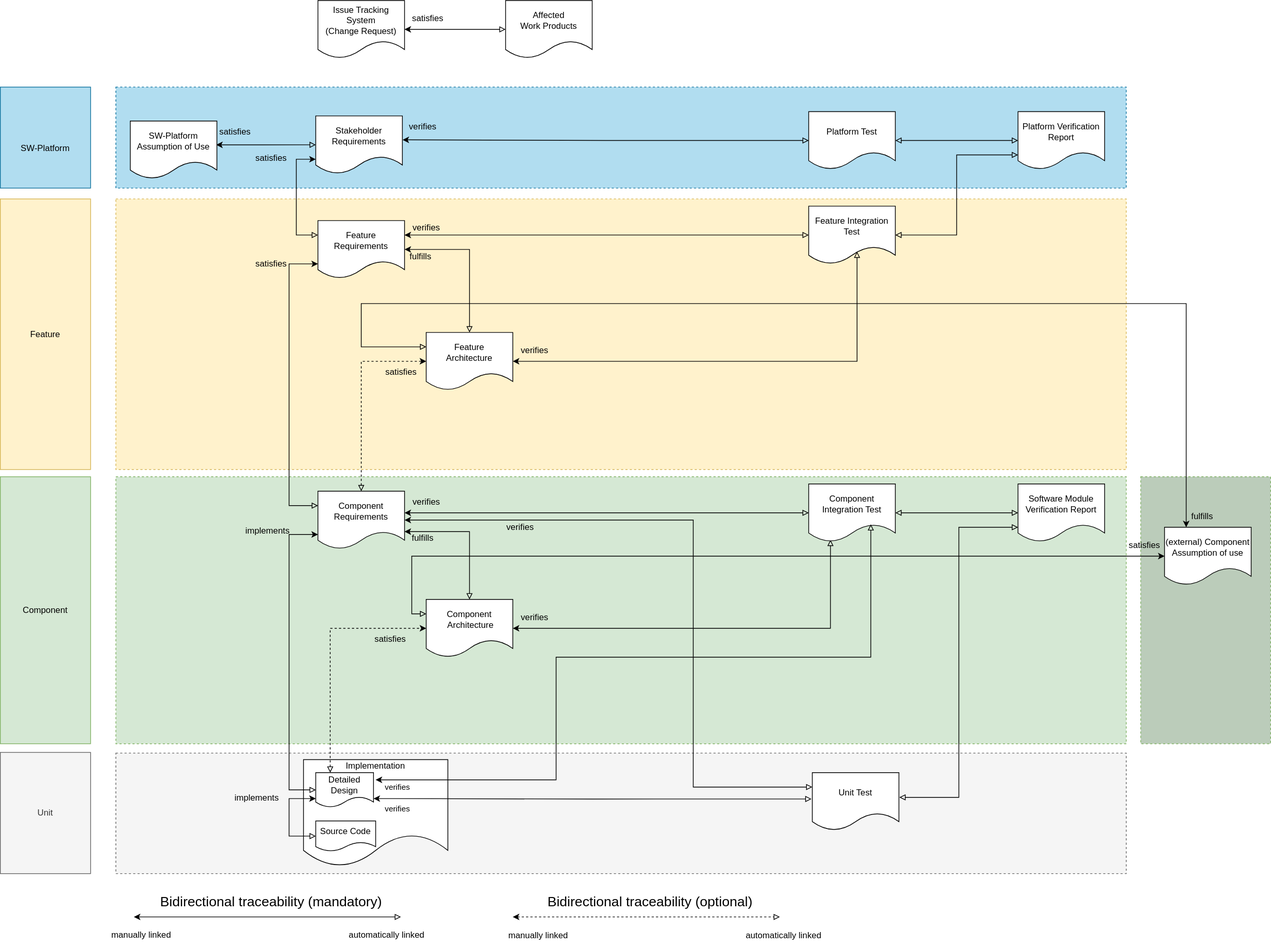
This is main/_images/score_traceability_model_wp_overview.drawio.svg from eclipse-score/process_description, a draw.io export, as it was before one commit. Source tidied: cells renumbered, new cells last; positions are measured from the earlier drawing's top-left corner, leaving out a move shared by most shapes.
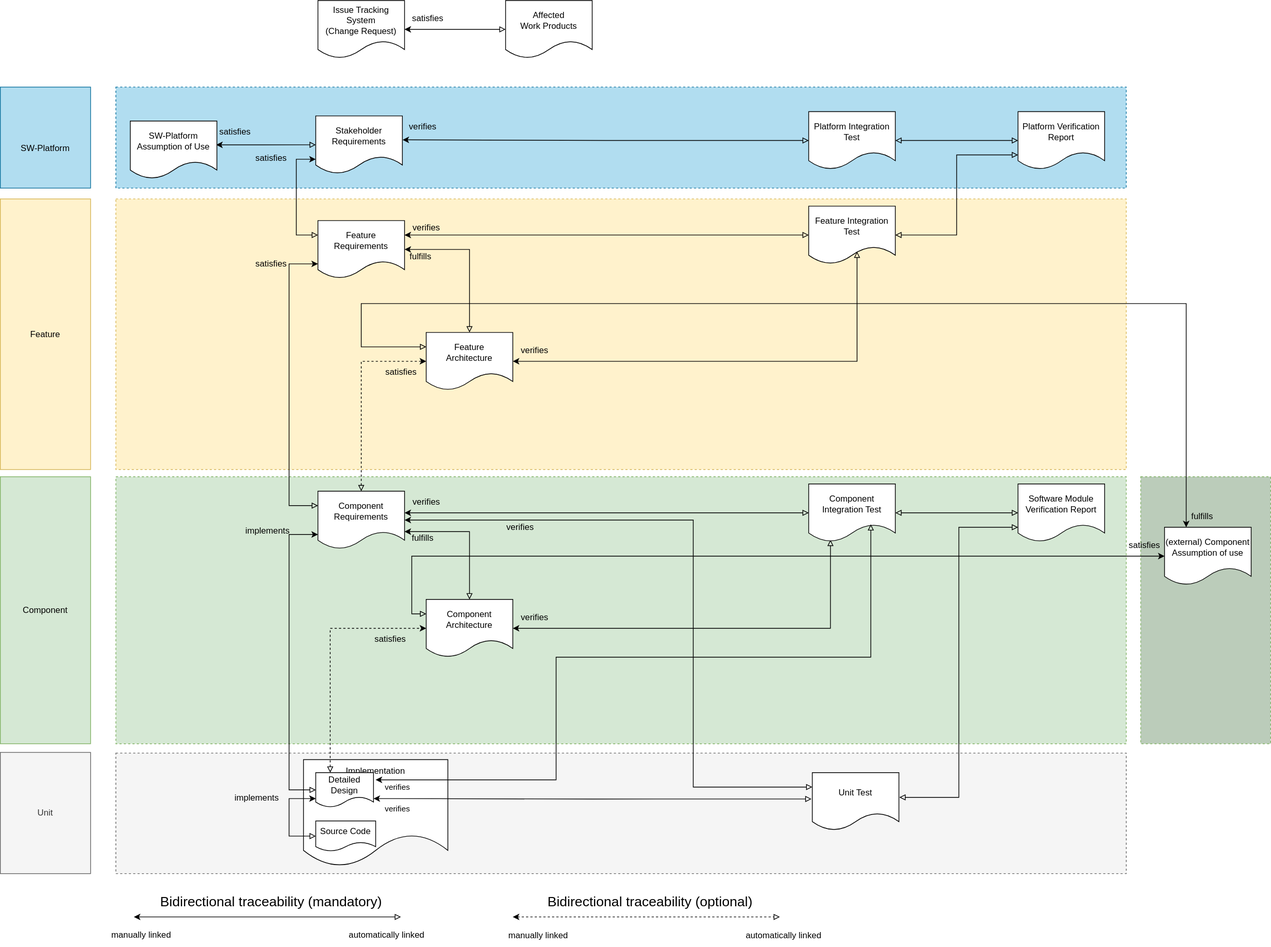
Later version of the same file.

The edit, as a diff of the source:
```diff
@@ -98,7 +98,7 @@
     <mxCell id="25" style="edgeStyle=orthogonalEdgeStyle;rounded=0;jettySize=auto;html=1;entryX=0;entryY=0.5;entryDx=0;entryDy=0;startArrow=block;startFill=0;endArrow=block;endFill=0;" parent="1" edge="1" source="26" target="37">
       <mxGeometry relative="1" as="geometry" />
     </mxCell>
-    <mxCell id="26" value="Platform Test" style="shape=document;whiteSpace=wrap;html=1;boundedLbl=1;" parent="1" vertex="1">
+    <mxCell id="26" value="Platform Integration Test" style="shape=document;whiteSpace=wrap;html=1;boundedLbl=1;" parent="1" vertex="1">
       <mxGeometry x="1120" y="154" width="120" height="80" as="geometry" />
     </mxCell>
     <mxCell id="27" value="Feature&lt;br&gt;Architecture" style="shape=document;whiteSpace=wrap;html=1;boundedLbl=1;" parent="1" vertex="1">
```
